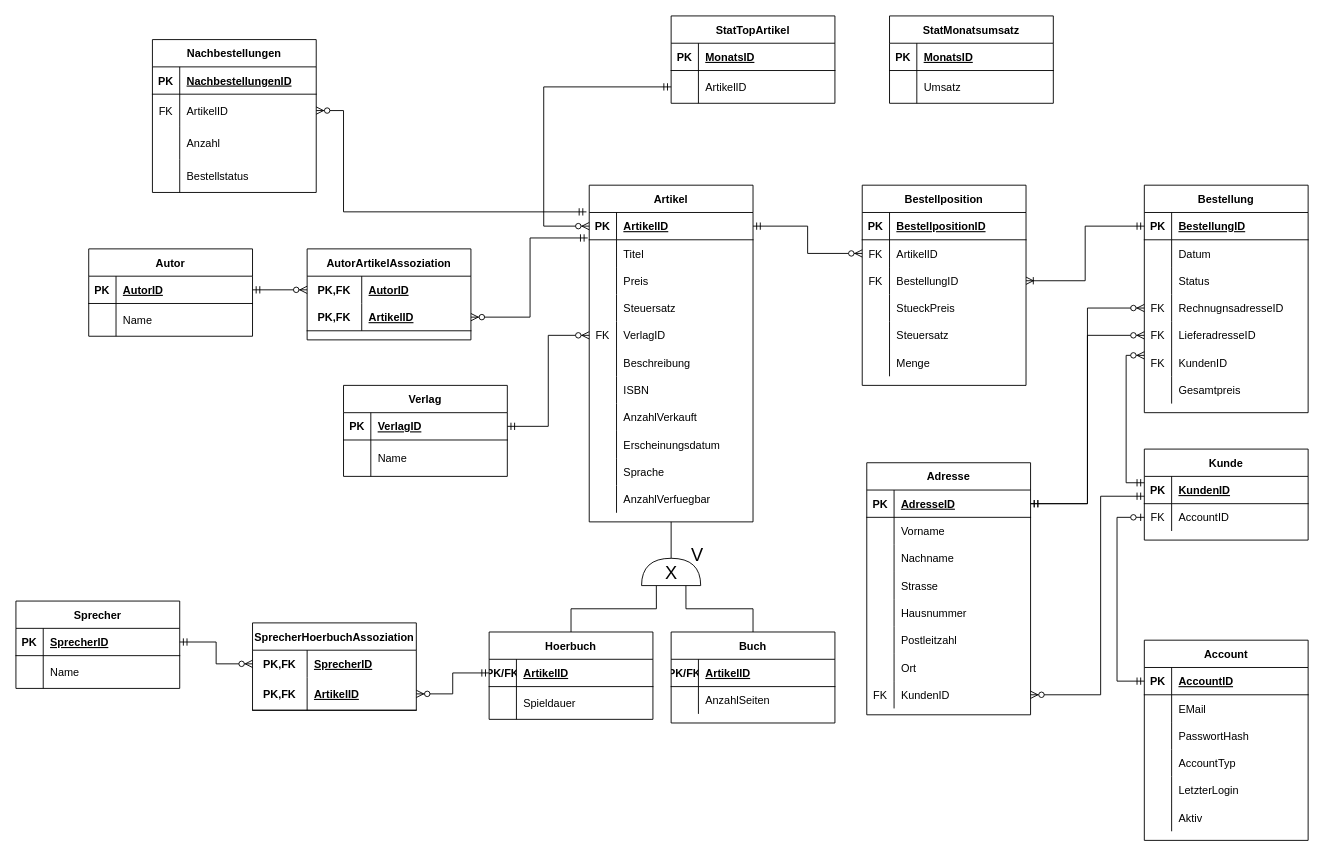
Earlier version of the draw.io diagram EERD/EERM.drawio (WalnussMuenze22/db2-buecherwurm). Source tidied: cells renumbered, new cells numbered last; positions are measured from the earlier drawing's top-left corner, leaving out a move shared by most shapes. Both pictures are drawn from the tidied source at 91%, with x=0, y=0 at pixel (15, 15).
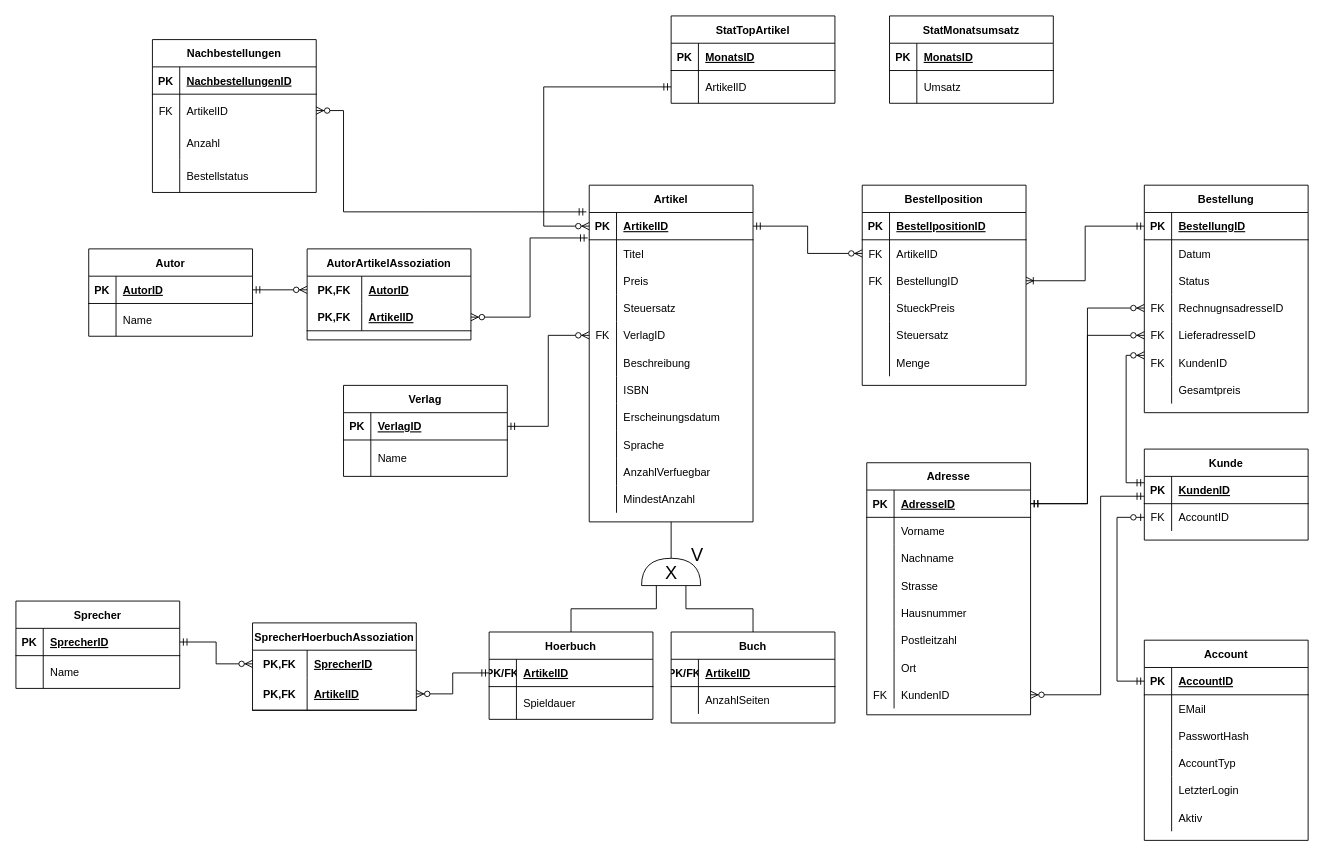
After the change.

The change refers to these unchanged cells:
```xml
<mxCell id="2" value="Artikel" style="shape=table;startSize=30;childLayout=tableLayout;rowLines=0;fontStyle=1;align=center;" parent="1" vertex="1">
  <mxGeometry x="630" y="186" width="180" height="370" as="geometry" />
</mxCell>
```

What changed in the source:
```diff
@@
-    <mxCell id="24" style="shape=tableRow;horizontal=0;startSize=0;swimlaneHead=0;swimlaneBody=0;fillColor=none;top=0;left=0;right=0;bottom=0;" parent="2" vertex="1">
-      <mxGeometry y="240" width="180" height="30" as="geometry" />
-    </mxCell>
-    <mxCell id="25" style="shape=partialRectangle;fillColor=none;top=0;left=0;bottom=0;right=0;overflow=hidden;" parent="24" vertex="1">
-      <mxGeometry width="30" height="30" as="geometry" />
-    </mxCell>
-    <mxCell id="26" value="AnzahlVerkauft" style="shape=partialRectangle;fillColor=none;top=0;left=0;bottom=0;right=0;align=left;spacingLeft=6;overflow=hidden;" parent="24" vertex="1">
-      <mxGeometry x="30" width="150" height="30" as="geometry" />
-    </mxCell>
     <mxCell id="27" style="shape=tableRow;horizontal=0;startSize=0;swimlaneHead=0;swimlaneBody=0;fillColor=none;top=0;left=0;right=0;bottom=0;" parent="2" vertex="1">
-      <mxGeometry y="270" width="180" height="30" as="geometry" />
+      <mxGeometry y="240" width="180" height="30" as="geometry" />
     </mxCell>
@@
     <mxCell id="30" style="shape=tableRow;horizontal=0;startSize=0;swimlaneHead=0;swimlaneBody=0;fillColor=none;top=0;left=0;right=0;bottom=0;" parent="2" vertex="1">
-      <mxGeometry y="300" width="180" height="30" as="geometry" />
+      <mxGeometry y="270" width="180" height="30" as="geometry" />
     </mxCell>
@@
     <mxCell id="33" style="shape=tableRow;horizontal=0;startSize=0;swimlaneHead=0;swimlaneBody=0;fillColor=none;top=0;left=0;right=0;bottom=0;" parent="2" vertex="1">
-      <mxGeometry y="330" width="180" height="30" as="geometry" />
+      <mxGeometry y="300" width="180" height="30" as="geometry" />
     </mxCell>
@@
+    <mxCell id="224" style="shape=tableRow;horizontal=0;startSize=0;swimlaneHead=0;swimlaneBody=0;fillColor=none;top=0;left=0;right=0;bottom=0;" parent="2" vertex="1">
+      <mxGeometry y="330" width="180" height="30" as="geometry" />
+    </mxCell>
+    <mxCell id="25" style="shape=partialRectangle;fillColor=none;top=0;left=0;bottom=0;right=0;overflow=hidden;" parent="224" vertex="1">
+      <mxGeometry width="30" height="30" as="geometry" />
+    </mxCell>
+    <mxCell id="225" value="MindestAnzahl" style="shape=partialRectangle;fillColor=none;top=0;left=0;bottom=0;right=0;align=left;spacingLeft=6;overflow=hidden;" parent="224" vertex="1">
+      <mxGeometry x="30" width="150" height="30" as="geometry" />
+    </mxCell>
```
